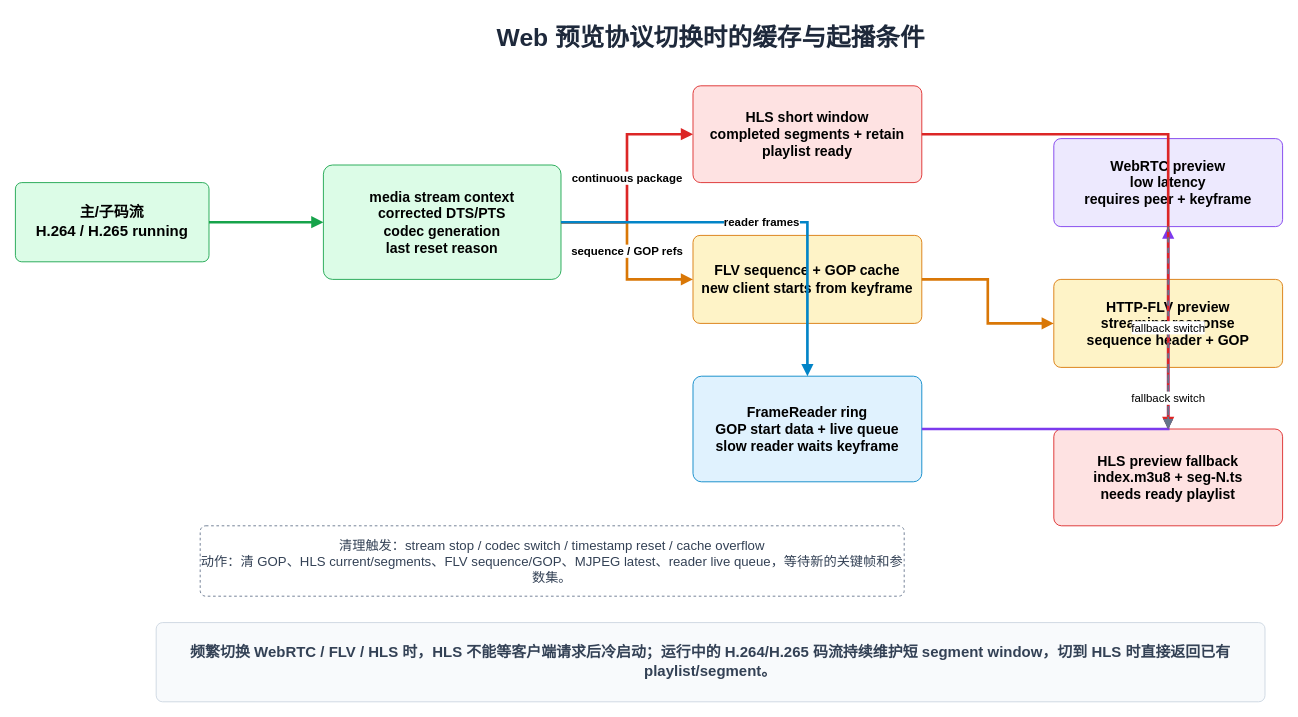
Earlier version of the draw.io diagram page "04 Protocol Switch Cache" (4 of 4) of docs/optimization/video-pipeline-memory.drawio (373699756/live_stream). Source tidied: cells renumbered, new cells numbered last; positions are measured from the earlier drawing's top-left corner, leaving out a move shared by most shapes. Both pictures are drawn from the tidied source at 88%, with x=0, y=0 at pixel (15, 15).
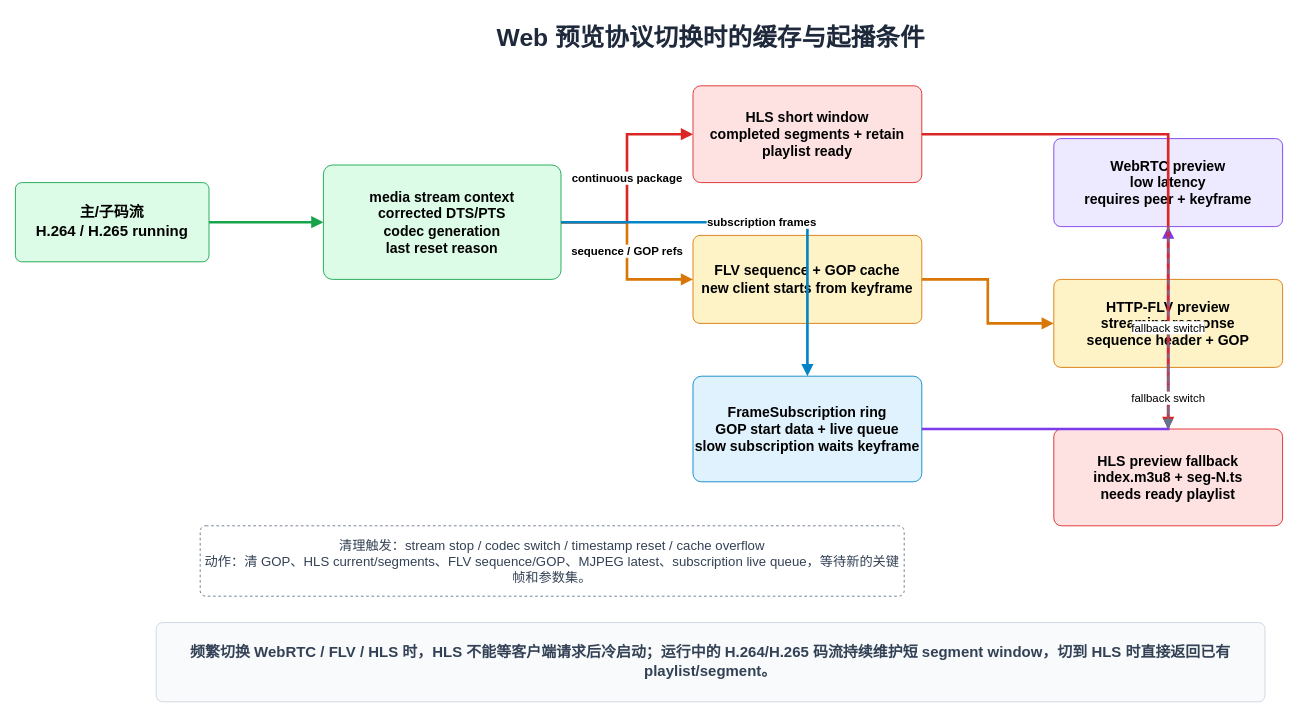
The same page after the edit.

Unchanged cells that the change refers to:
```xml
<mxCell id="4" value="media stream context&lt;br&gt;corrected DTS/PTS&lt;br&gt;codec generation&lt;br&gt;last reset reason" style="rounded=1;whiteSpace=wrap;html=1;arcSize=8;fillColor=#DCFCE7;strokeColor=#16A34A;fontSize=16;fontStyle=1;" parent="1" vertex="1">
  <mxGeometry x="350" y="170" width="270" height="130" as="geometry" />
</mxCell>
<mxCell id="8" value="WebRTC preview&lt;br&gt;low latency&lt;br&gt;requires peer + keyframe" style="rounded=1;whiteSpace=wrap;html=1;arcSize=8;fillColor=#EDE9FE;strokeColor=#7C3AED;fontSize=16;fontStyle=1;" parent="1" vertex="1">
  <mxGeometry x="1180" y="140" width="260" height="100" as="geometry" />
</mxCell>
```

Diff of the diagram source:
```diff
@@
-    <mxCell id="7" value="FrameReader ring&lt;br&gt;GOP start data + live queue&lt;br&gt;slow reader waits keyframe" style="rounded=1;whiteSpace=wrap;html=1;arcSize=8;fillColor=#E0F2FE;strokeColor=#0284C7;fontSize=16;fontStyle=1;" parent="1" vertex="1">
-      <mxGeometry x="770" y="410" width="260" height="120" as="geometry" />
-    </mxCell>
+    <mxCell id="22" value="FrameSubscription ring&lt;br&gt;GOP start data + live queue&lt;br&gt;slow subscription waits keyframe" style="rounded=1;whiteSpace=wrap;html=1;arcSize=8;fillColor=#E0F2FE;strokeColor=#0284C7;fontSize=16;fontStyle=1;" parent="1" vertex="1">
+      <mxGeometry x="770" y="410" width="260" height="120" as="geometry" />
+    </mxCell>
@@
-    <mxCell id="12" value="清理触发：stream stop / codec switch / timestamp reset / cache overflow&lt;br&gt;动作：清 GOP、HLS current/segments、FLV sequence/GOP、MJPEG latest、reader live queue，等待新的关键帧和参数集。" style="rounded=1;whiteSpace=wrap;html=1;arcSize=8;dashed=1;fillColor=#FFFFFF;strokeColor=#64748B;fontSize=15;fontColor=#334155;align=center;" parent="1" vertex="1">
+    <mxCell id="12" value="清理触发：stream stop / codec switch / timestamp reset / cache overflow&lt;br&gt;动作：清 GOP、HLS current/segments、FLV sequence/GOP、MJPEG latest、subscription live queue，等待新的关键帧和参数集。" style="rounded=1;whiteSpace=wrap;html=1;arcSize=8;dashed=1;fillColor=#FFFFFF;strokeColor=#64748B;fontSize=15;fontColor=#334155;align=center;" parent="1" vertex="1">
       <mxGeometry x="210" y="580" width="800" height="80" as="geometry" />
     </mxCell>
@@
-    <mxCell id="16" value="reader frames" style="edgeStyle=orthogonalEdgeStyle;rounded=0;jettySize=auto;html=1;strokeColor=#0284C7;strokeWidth=3;endArrow=block;endFill=1;fontSize=13;fontStyle=1;" parent="1" edge="1" source="4" target="7">
+    <mxCell id="16" value="subscription frames" style="edgeStyle=orthogonalEdgeStyle;rounded=0;jettySize=auto;html=1;strokeColor=#0284C7;strokeWidth=3;endArrow=block;endFill=1;fontSize=13;fontStyle=1;" parent="1" edge="1" source="4" target="22">
       <mxGeometry relative="1" as="geometry" />
     </mxCell>
-    <mxCell id="17" style="edgeStyle=orthogonalEdgeStyle;rounded=0;jettySize=auto;html=1;strokeColor=#7C3AED;strokeWidth=3;endArrow=block;endFill=1;" parent="1" edge="1" source="7" target="8">
+    <mxCell id="17" style="edgeStyle=orthogonalEdgeStyle;rounded=0;jettySize=auto;html=1;strokeColor=#7C3AED;strokeWidth=3;endArrow=block;endFill=1;" parent="1" edge="1" source="22" target="8">
       <mxGeometry relative="1" as="geometry" />
     </mxCell>
```
